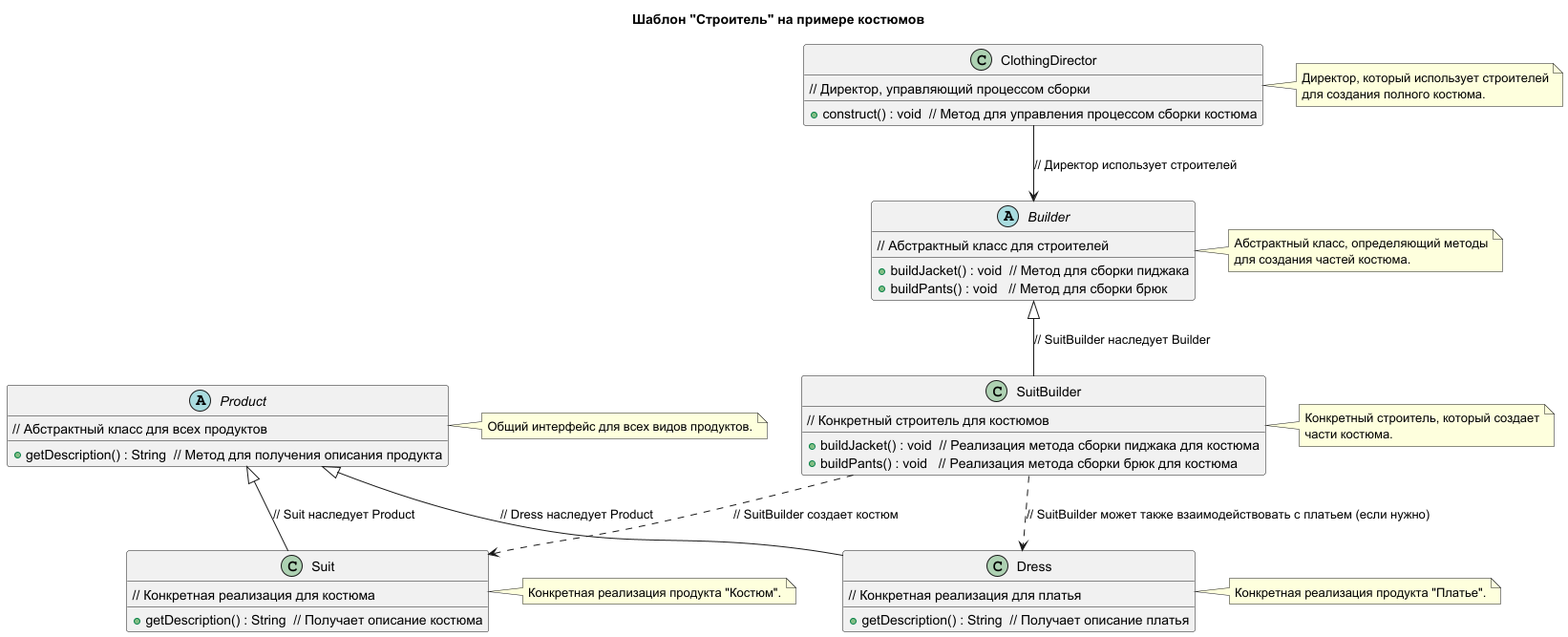
Before: GeneratePatterns/Builder/uml.png, a diagram exported from PlantUML (smetaniny/design-patterns).
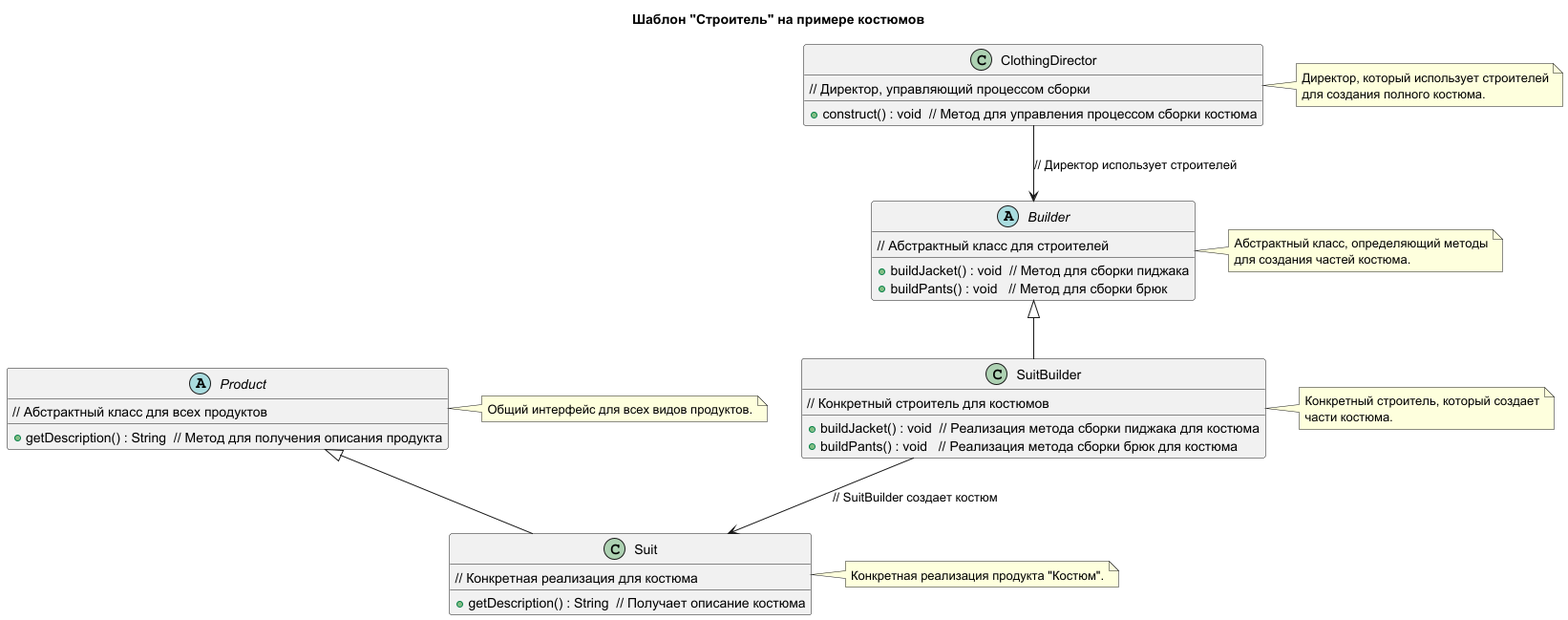
The same diagram one commit later.

Diff of the diagram source:
```diff
@@ -13,7 +13,7 @@
     для создания частей костюма.
 end note
 
-class SuitBuilder {
+class SuitBuilder extends Builder {
     // Конкретный строитель для костюмов
     +buildJacket() : void  // Реализация метода сборки пиджака для костюма
     +buildPants() : void   // Реализация метода сборки брюк для костюма
@@ -40,15 +40,7 @@
     Общий интерфейс для всех видов продуктов.
 end note
 
-class Dress {
-    // Конкретная реализация для платья
-    +getDescription() : String  // Получает описание платья
-}
-note right of Dress
-    Конкретная реализация продукта "Платье".
-end note
-
-class Suit {
+class Suit extends Product {
     // Конкретная реализация для костюма
     +getDescription() : String  // Получает описание костюма
 }
@@ -57,11 +49,6 @@
 end note
 
 ClothingDirector --> Builder :            // Директор использует строителей
-Builder <|-- SuitBuilder :                // SuitBuilder наследует Builder
-Product <|-- Dress :                      // Dress наследует Product
-Product <|-- Suit :                       // Suit наследует Product
-
-SuitBuilder ..> Suit :                    // SuitBuilder создает костюм
-SuitBuilder ..> Dress :                   // SuitBuilder может также взаимодействовать с платьем (если нужно)
+SuitBuilder --> Suit :                    // SuitBuilder создает костюм
 
 @enduml
```
